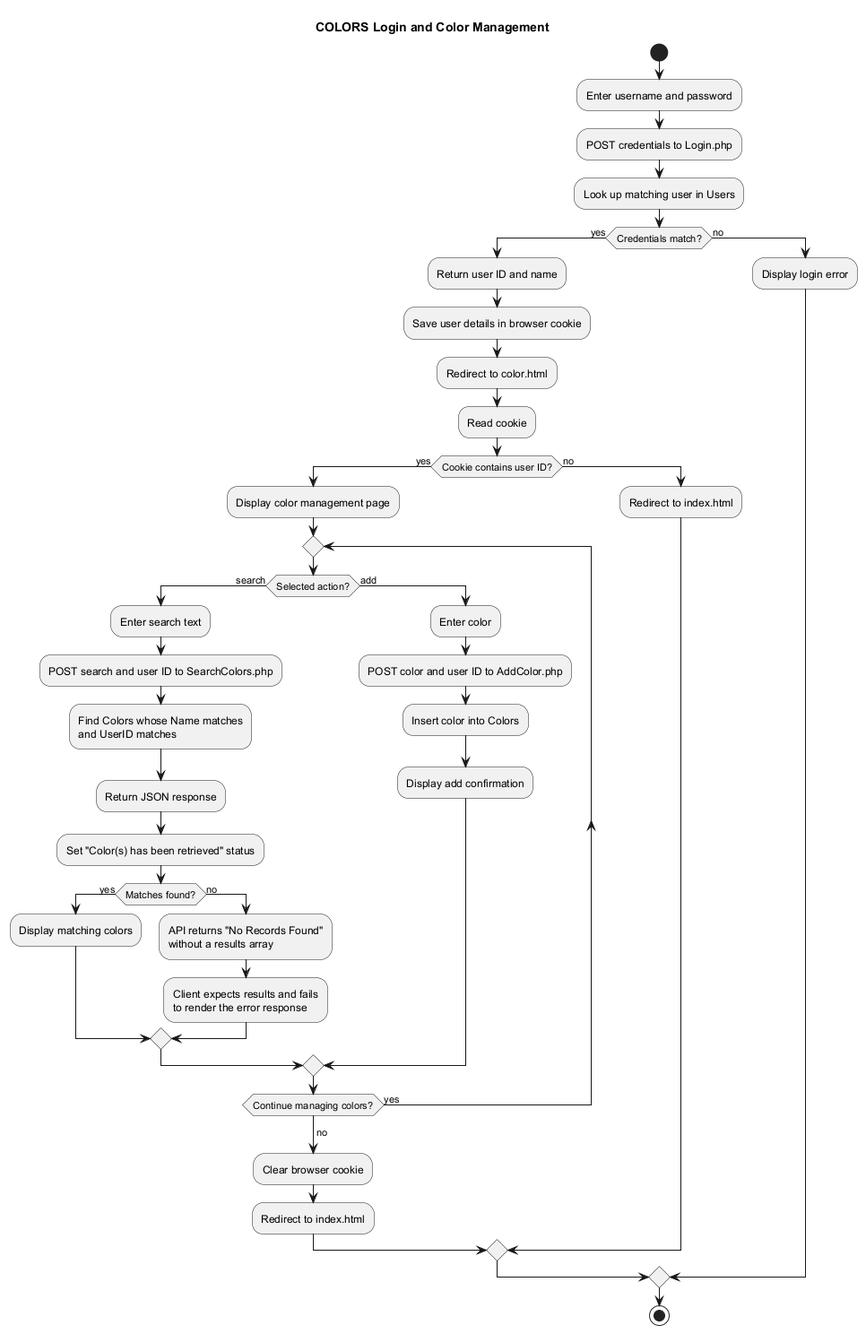
This is docs/uml/activity.png from MelindaM4y/POOSD-COLORS-Lab, a PlantUML export, as it was before one commit.
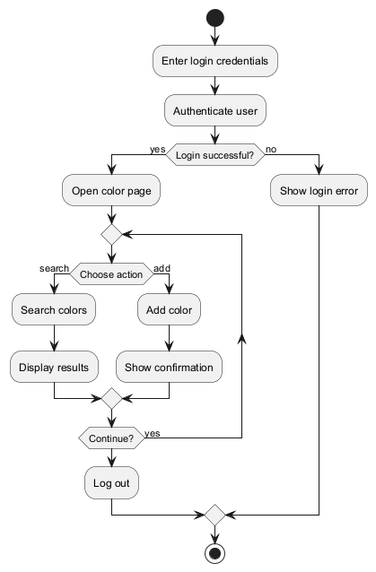
After the change.

Diff of the diagram source:
```diff
@@ -1,48 +1,21 @@
 @startuml
-!pragma layout smetana
-title COLORS Login and Color Management
-
 start
-:Enter username and password;
-:POST credentials to Login.php;
-:Look up matching user in Users;
-
-if (Credentials match?) then (yes)
-  :Return user ID and name;
-  :Save user details in browser cookie;
-  :Redirect to color.html;
-  :Read cookie;
-  if (Cookie contains user ID?) then (yes)
-    :Display color management page;
-    repeat
-      if (Selected action?) then (search)
-        :Enter search text;
-        :POST search and user ID to SearchColors.php;
-        :Find Colors whose Name matches\nand UserID matches;
-        :Return JSON response;
-        :Set "Color(s) has been retrieved" status;
-        if (Matches found?) then (yes)
-          :Display matching colors;
-        else (no)
-          :API returns "No Records Found"\nwithout a results array;
-          :Client expects results and fails\nto render the error response;
-        endif
-      else (add)
-        :Enter color;
-        :POST color and user ID to AddColor.php;
-        :Insert color into Colors;
-        :Display add confirmation;
-      endif
-    repeat while (Continue managing colors?) is (yes)
-    -> no;
-    :Clear browser cookie;
-    :Redirect to index.html;
-  else (no)
-    :Redirect to index.html;
-  endif
+:Enter login credentials;
+:Authenticate user;
+if (Login successful?) then (yes)
+  :Open color page;
+  repeat
+    if (Choose action) then (search)
+      :Search colors;
+      :Display results;
+    else (add)
+      :Add color;
+      :Show confirmation;
+    endif
+  repeat while (Continue?) is (yes)
+  :Log out;
 else (no)
-  :Display login error;
+  :Show login error;
 endif
-
 stop
 @enduml
```
